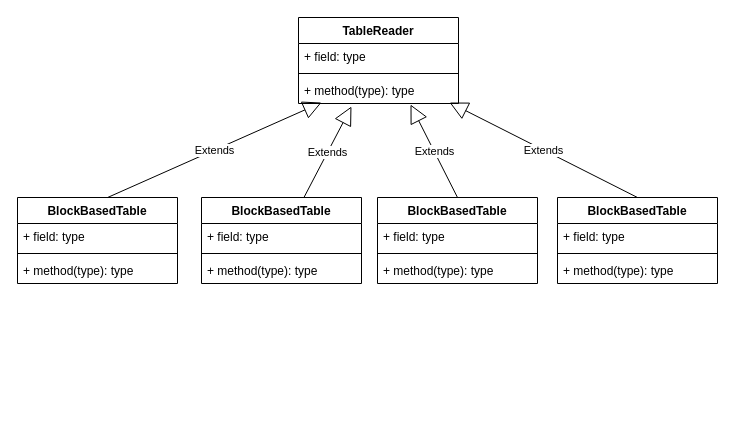
This is sst.drawio from leon-db/images, a draw.io file, before an edit. Source tidied: cells renumbered, new cells numbered last; positions are measured from the earlier drawing's top-left corner, leaving out a move shared by most shapes. Both pictures are drawn from the tidied source at 100%, with x=0, y=0 at pixel (17, 17).
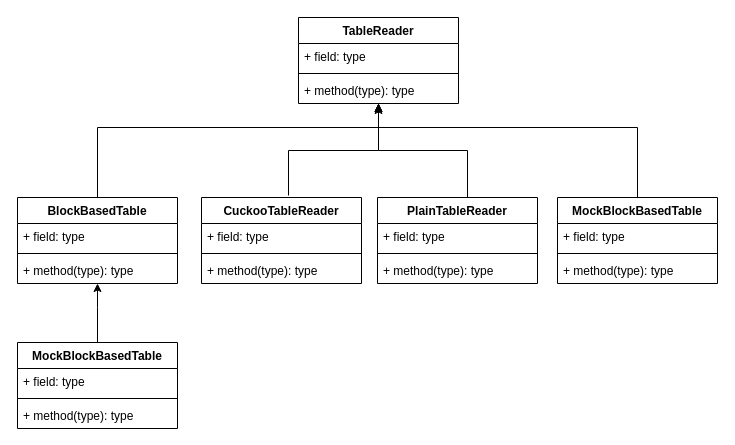
After the change.

The change refers to these unchanged cells:
```xml
<mxCell id="5" value="+ method(type): type" style="text;strokeColor=none;fillColor=none;align=left;verticalAlign=top;spacingLeft=4;spacingRight=4;overflow=hidden;points=[[0,0.5],[1,0.5]];portConstraint=eastwest;" parent="2" vertex="1">
  <mxGeometry y="60" width="160" height="26" as="geometry" />
</mxCell>
<mxCell id="6" value="BlockBasedTable" style="swimlane;fontStyle=1;align=center;verticalAlign=top;horizontal=1;startSize=26;" parent="1" vertex="1">
  <mxGeometry y="180" width="160" height="86" as="geometry" />
</mxCell>
<mxCell id="9" value="+ method(type): type" style="text;strokeColor=none;fillColor=none;align=left;verticalAlign=top;spacingLeft=4;spacingRight=4;overflow=hidden;points=[[0,0.5],[1,0.5]];portConstraint=eastwest;" parent="6" vertex="1">
  <mxGeometry y="60" width="160" height="26" as="geometry" />
</mxCell>
```

The edit, as a diff of the source:
```diff
@@
+    <mxCell id="22" style="edgeStyle=orthogonalEdgeStyle;rounded=0;jettySize=auto;html=1;" parent="1" edge="1" source="6" target="5">
+      <mxGeometry relative="1" as="geometry">
+        <Array as="points">
+          <mxPoint x="80" y="110" />
+          <mxPoint x="361" y="110" />
+        </Array>
+      </mxGeometry>
+    </mxCell>
@@
+    <mxCell id="26" style="edgeStyle=orthogonalEdgeStyle;rounded=0;orthogonalLoop=1;jettySize=auto;html=1;" parent="1" edge="1">
+      <mxGeometry relative="1" as="geometry">
+        <mxPoint x="271" y="178" as="sourcePoint" />
+        <mxPoint x="361" y="88" as="targetPoint" />
+        <Array as="points">
+          <mxPoint x="271" y="133" />
+          <mxPoint x="361" y="133" />
+        </Array>
+      </mxGeometry>
+    </mxCell>
-    <mxCell id="10" value="BlockBasedTable" style="swimlane;fontStyle=1;align=center;verticalAlign=top;horizontal=1;startSize=26;" parent="1" vertex="1">
+    <mxCell id="10" value="CuckooTableReader" style="swimlane;fontStyle=1;align=center;verticalAlign=top;horizontal=1;startSize=26;" parent="1" vertex="1">
       <mxGeometry x="184" y="180" width="160" height="86" as="geometry" />
     </mxCell>
@@
+    <mxCell id="24" style="edgeStyle=orthogonalEdgeStyle;rounded=0;jettySize=auto;html=1;" parent="1" edge="1" source="14" target="5">
+      <mxGeometry relative="1" as="geometry">
+        <Array as="points">
+          <mxPoint x="450" y="133" />
+          <mxPoint x="361" y="133" />
+        </Array>
+      </mxGeometry>
+    </mxCell>
-    <mxCell id="14" value="BlockBasedTable" style="swimlane;fontStyle=1;align=center;verticalAlign=top;horizontal=1;startSize=26;" parent="1" vertex="1">
+    <mxCell id="14" value="PlainTableReader" style="swimlane;fontStyle=1;align=center;verticalAlign=top;horizontal=1;startSize=26;" parent="1" vertex="1">
       <mxGeometry x="360" y="180" width="160" height="86" as="geometry" />
     </mxCell>
@@
+    <mxCell id="27" style="edgeStyle=orthogonalEdgeStyle;rounded=0;jettySize=auto;html=1;" parent="1" edge="1" source="18" target="5">
+      <mxGeometry relative="1" as="geometry">
+        <Array as="points">
+          <mxPoint x="620" y="110" />
+          <mxPoint x="361" y="110" />
+        </Array>
+      </mxGeometry>
+    </mxCell>
-    <mxCell id="18" value="BlockBasedTable" style="swimlane;fontStyle=1;align=center;verticalAlign=top;horizontal=1;startSize=26;" parent="1" vertex="1">
+    <mxCell id="18" value="MockBlockBasedTable" style="swimlane;fontStyle=1;align=center;verticalAlign=top;horizontal=1;startSize=26;" parent="1" vertex="1">
       <mxGeometry x="540" y="180" width="160" height="86" as="geometry" />
     </mxCell>
@@
-    <mxCell id="22" value="Extends" style="endArrow=block;endSize=16;endFill=0;html=1;entryX=0.144;entryY=0.962;entryDx=0;entryDy=0;entryPerimeter=0;exitX=0.563;exitY=0;exitDx=0;exitDy=0;exitPerimeter=0;" parent="1" edge="1" source="6" target="5">
-      <mxGeometry relative="1" as="geometry" />
-    </mxCell>
-    <mxCell id="23" value="Extends" style="endArrow=block;endSize=16;endFill=0;html=1;entryX=0.331;entryY=1.115;entryDx=0;entryDy=0;entryPerimeter=0;" parent="1" edge="1" source="10" target="5">
-      <mxGeometry relative="1" as="geometry" />
-    </mxCell>
-    <mxCell id="24" value="Extends" style="endArrow=block;endSize=16;endFill=0;html=1;entryX=0.7;entryY=1.038;entryDx=0;entryDy=0;entryPerimeter=0;exitX=0.5;exitY=0;exitDx=0;exitDy=0;" parent="1" edge="1" source="14" target="5">
-      <mxGeometry relative="1" as="geometry" />
-    </mxCell>
-    <mxCell id="25" value="Extends" style="endArrow=block;endSize=16;endFill=0;html=1;entryX=0.944;entryY=0.962;entryDx=0;entryDy=0;entryPerimeter=0;" parent="1" edge="1" target="5">
-      <mxGeometry relative="1" as="geometry">
-        <mxPoint x="620" y="180" as="sourcePoint" />
-      </mxGeometry>
-    </mxCell>
+    <mxCell id="28" style="edgeStyle=orthogonalEdgeStyle;rounded=0;jettySize=auto;html=1;" parent="1" edge="1" source="29" target="9">
+      <mxGeometry relative="1" as="geometry">
+        <Array as="points">
+          <mxPoint x="80" y="290" />
+          <mxPoint x="80" y="290" />
+        </Array>
+      </mxGeometry>
+    </mxCell>
+    <mxCell id="29" value="MockBlockBasedTable" style="swimlane;fontStyle=1;align=center;verticalAlign=top;horizontal=1;startSize=26;" parent="1" vertex="1">
+      <mxGeometry y="325" width="160" height="86" as="geometry" />
+    </mxCell>
+    <mxCell id="30" value="+ field: type" style="text;strokeColor=none;fillColor=none;align=left;verticalAlign=top;spacingLeft=4;spacingRight=4;overflow=hidden;" parent="29" vertex="1">
+      <mxGeometry y="26" width="160" height="26" as="geometry" />
+    </mxCell>
+    <mxCell id="31" style="line;strokeWidth=1;fillColor=none;align=left;verticalAlign=middle;spacingTop=-1;spacingLeft=3;spacingRight=3;labelPosition=right;" parent="29" vertex="1">
+      <mxGeometry y="52" width="160" height="8" as="geometry" />
+    </mxCell>
+    <mxCell id="32" value="+ method(type): type" style="text;strokeColor=none;fillColor=none;align=left;verticalAlign=top;spacingLeft=4;spacingRight=4;overflow=hidden;" parent="29" vertex="1">
+      <mxGeometry y="60" width="160" height="26" as="geometry" />
+    </mxCell>
```
